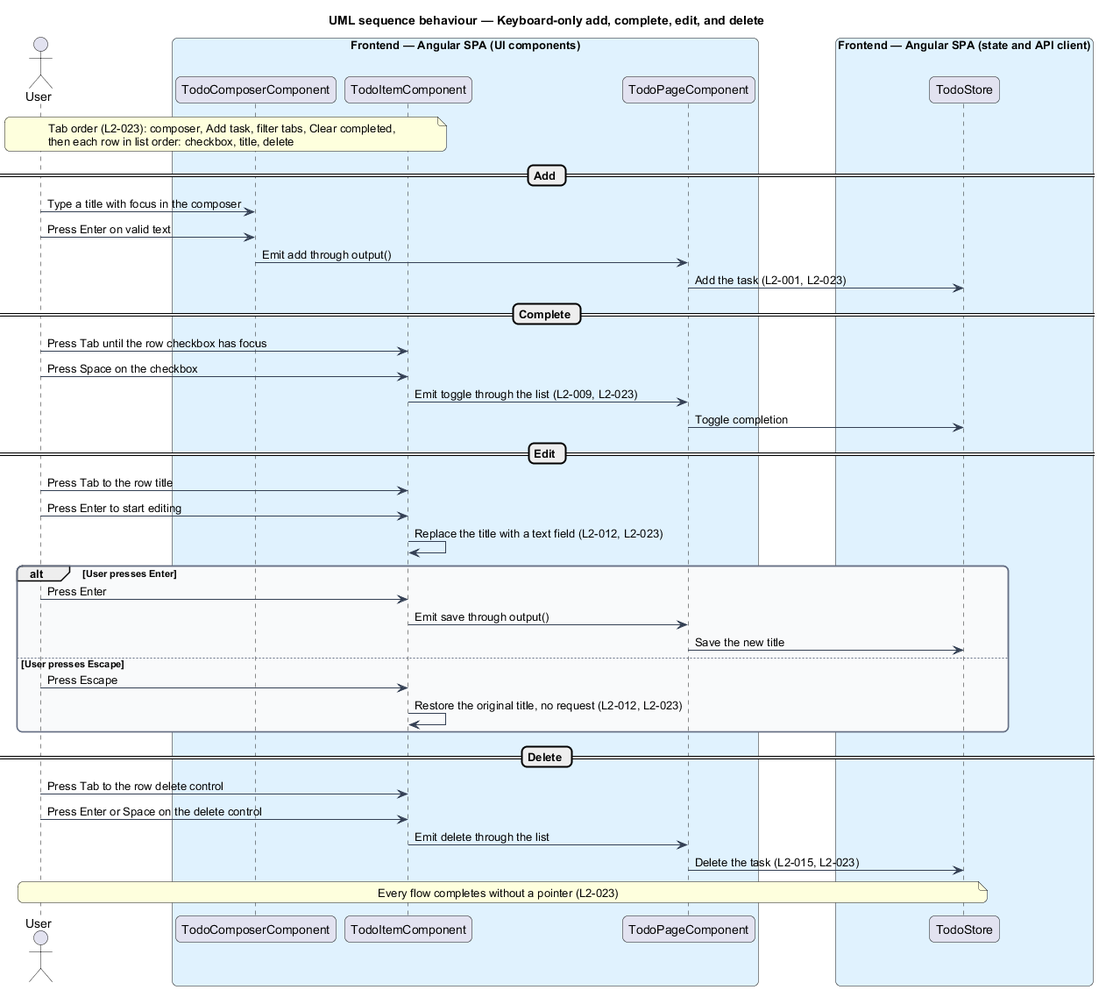
This is docs/detailed-designs/interface/keyboard-operation/diagrams/sequence-keyboard-only-flow.png from QuinntyneBrown/php-todo-lab, a PlantUML export, as it was before one commit. Source of this version:
```plantuml
@startuml
title UML sequence behaviour — Keyboard-only add, complete, edit, and delete
skinparam backgroundColor #FFFFFF
skinparam shadowing false
skinparam roundcorner 12
skinparam defaultFontName Arial
skinparam ArrowColor #344054
skinparam rectangle {
  BorderColor #344054
  FontColor #101828
}
skinparam package {
  BorderColor #667085
  FontColor #101828
  BackgroundColor #F9FAFB
}
actor "User" as user
box "Frontend — Angular SPA (UI components)" #E0F2FE
  participant "TodoComposerComponent" as composer
  participant "TodoItemComponent" as item
  participant "TodoPageComponent" as page
end box
box "Frontend — Angular SPA (state and API client)" #E0F2FE
  participant "TodoStore" as store
end box
note over user, item
  Tab order (L2-023): composer, Add task, filter tabs, Clear completed,
  then each row in list order: checkbox, title, delete
end note
== Add ==
user -> composer : Type a title with focus in the composer
user -> composer : Press Enter on valid text
composer -> page : Emit add through output()
page -> store : Add the task (L2-001, L2-023)
== Complete ==
user -> item : Press Tab until the row checkbox has focus
user -> item : Press Space on the checkbox
item -> page : Emit toggle through the list (L2-009, L2-023)
page -> store : Toggle completion
== Edit ==
user -> item : Press Tab to the row title
user -> item : Press Enter to start editing
item -> item : Replace the title with a text field (L2-012, L2-023)
alt User presses Enter
  user -> item : Press Enter
  item -> page : Emit save through output()
  page -> store : Save the new title
else User presses Escape
  user -> item : Press Escape
  item -> item : Restore the original title, no request (L2-012, L2-023)
end
== Delete ==
user -> item : Press Tab to the row delete control
user -> item : Press Enter or Space on the delete control
item -> page : Emit delete through the list
page -> store : Delete the task (L2-015, L2-023)
note over user, store
  Every flow completes without a pointer (L2-023)
end note
@enduml
```
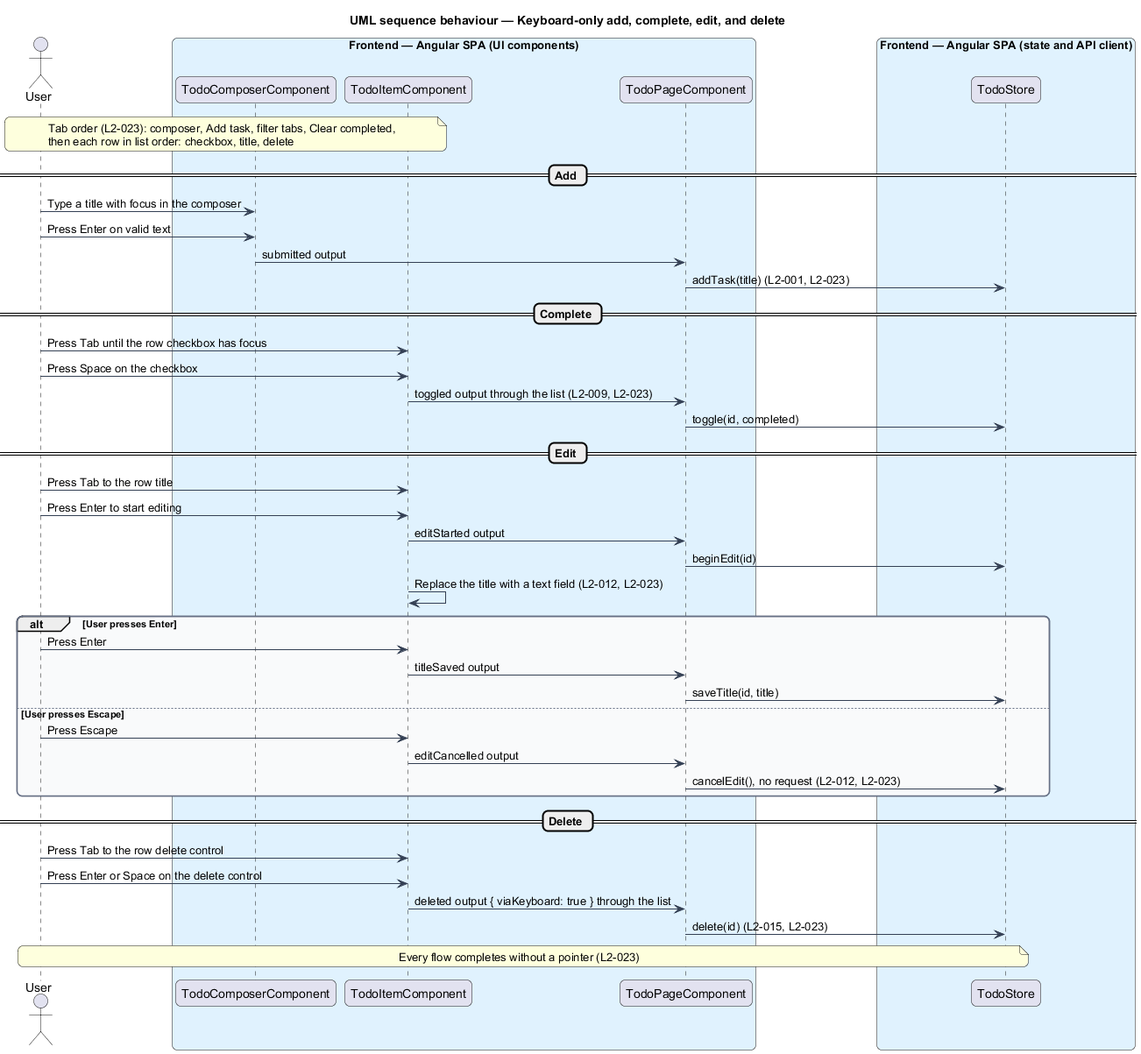
Later version of the same file.

What changed in the source:
```diff
@@ -30,30 +30,33 @@
 == Add ==
 user -> composer : Type a title with focus in the composer
 user -> composer : Press Enter on valid text
-composer -> page : Emit add through output()
-page -> store : Add the task (L2-001, L2-023)
+composer -> page : submitted output
+page -> store : addTask(title) (L2-001, L2-023)
 == Complete ==
 user -> item : Press Tab until the row checkbox has focus
 user -> item : Press Space on the checkbox
-item -> page : Emit toggle through the list (L2-009, L2-023)
-page -> store : Toggle completion
+item -> page : toggled output through the list (L2-009, L2-023)
+page -> store : toggle(id, completed)
 == Edit ==
 user -> item : Press Tab to the row title
 user -> item : Press Enter to start editing
+item -> page : editStarted output
+page -> store : beginEdit(id)
 item -> item : Replace the title with a text field (L2-012, L2-023)
 alt User presses Enter
   user -> item : Press Enter
-  item -> page : Emit save through output()
-  page -> store : Save the new title
+  item -> page : titleSaved output
+  page -> store : saveTitle(id, title)
 else User presses Escape
   user -> item : Press Escape
-  item -> item : Restore the original title, no request (L2-012, L2-023)
+  item -> page : editCancelled output
+  page -> store : cancelEdit(), no request (L2-012, L2-023)
 end
 == Delete ==
 user -> item : Press Tab to the row delete control
 user -> item : Press Enter or Space on the delete control
-item -> page : Emit delete through the list
-page -> store : Delete the task (L2-015, L2-023)
+item -> page : deleted output { viaKeyboard: true } through the list
+page -> store : delete(id) (L2-015, L2-023)
 note over user, store
   Every flow completes without a pointer (L2-023)
 end note
```
